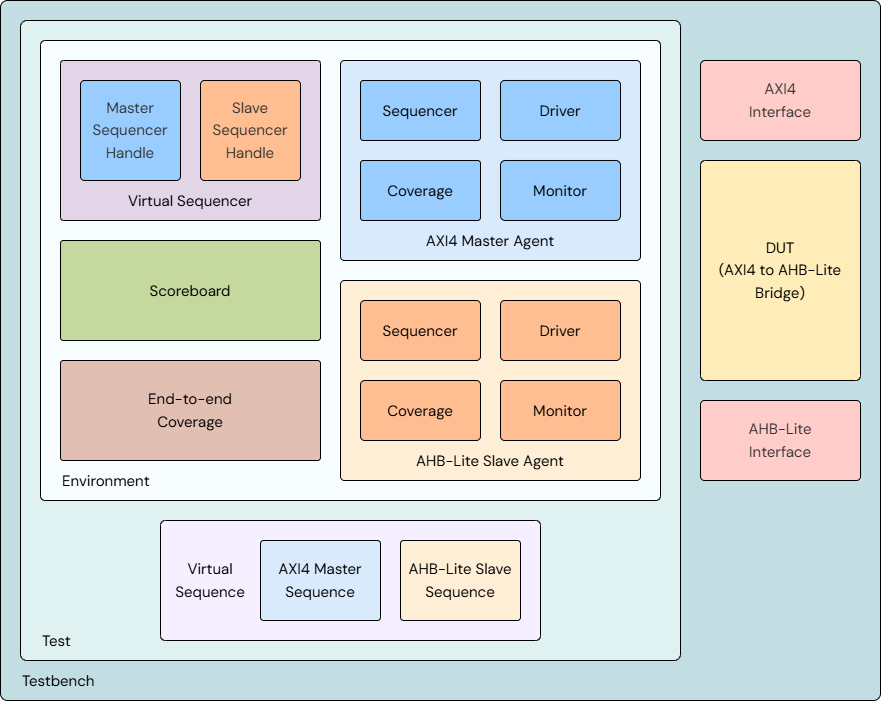
Above: 00_doc/axi4_ahblite_bridge_vip.png in legiahuy15/axi4-ahblite-bridge (draw.io), before the change. Source tidied: cells renumbered, new cells last; positions are measured from the earlier drawing's top-left corner, leaving out a move shared by most shapes. Source of this version:
```xml
<mxGraphModel>
  <root>
    <mxCell id="0" />
    <mxCell id="1" parent="0" />
    <mxCell id="2" style="rounded=1;whiteSpace=wrap;html=1;strokeWidth=1;fontSize=15;fontStyle=0;fillColor=#C3DEE3;fontColor=#333333;strokeColor=#000000;gradientColor=none;fontFamily=DM Sans;fontSource=https%3A%2F%2Ffonts.googleapis.com%2Fcss%3Ffamily%3DDM%2BSans;arcSize=1;" parent="1" vertex="1">
      <mxGeometry width="880" height="700" as="geometry" />
    </mxCell>
    <mxCell id="3" style="rounded=1;whiteSpace=wrap;html=1;strokeWidth=1;fillColor=#DFF1F1;strokeColor=#000000;fontSize=15;fontStyle=0;fontColor=#333333;fontFamily=DM Sans;fontSource=https%3A%2F%2Ffonts.googleapis.com%2Fcss%3Ffamily%3DDM%2BSans;arcSize=1;" parent="1" vertex="1">
      <mxGeometry x="20" y="20" width="660" height="640" as="geometry" />
    </mxCell>
    <mxCell id="4" style="rounded=1;whiteSpace=wrap;html=1;strokeWidth=1;fillColor=#F7FDFF;fontColor=#333333;strokeColor=#000000;fontSize=15;fontStyle=0;fontFamily=DM Sans;fontSource=https%3A%2F%2Ffonts.googleapis.com%2Fcss%3Ffamily%3DDM%2BSans;arcSize=1;" parent="1" vertex="1">
      <mxGeometry x="40" y="40" width="620" height="460" as="geometry" />
    </mxCell>
    <mxCell id="5" value="&lt;font&gt;Environment&lt;/font&gt;" style="text;html=1;whiteSpace=wrap;strokeColor=none;fillColor=none;align=left;verticalAlign=middle;rounded=0;strokeWidth=1;fontSize=15;fontStyle=0;fontFamily=DM Sans;fontSource=https%3A%2F%2Ffonts.googleapis.com%2Fcss%3Ffamily%3DDM%2BSans;" parent="1" vertex="1">
      <mxGeometry x="60" y="460" width="130" height="40" as="geometry" />
    </mxCell>
    <mxCell id="6" value="&lt;font&gt;Test&lt;/font&gt;" style="text;html=1;whiteSpace=wrap;strokeColor=none;fillColor=none;align=left;verticalAlign=middle;rounded=0;strokeWidth=1;fontSize=15;fontStyle=0;fontFamily=DM Sans;fontSource=https%3A%2F%2Ffonts.googleapis.com%2Fcss%3Ffamily%3DDM%2BSans;" parent="1" vertex="1">
      <mxGeometry x="40" y="620" width="60" height="40" as="geometry" />
    </mxCell>
    <mxCell id="7" value="&lt;font&gt;Scoreboard&lt;/font&gt;" style="rounded=1;whiteSpace=wrap;html=1;strokeWidth=1;fontSize=15;fillColor=#C5D89D;fontStyle=0;strokeColor=#000000;fontFamily=DM Sans;fontSource=https%3A%2F%2Ffonts.googleapis.com%2Fcss%3Ffamily%3DDM%2BSans;arcSize=3;" parent="1" vertex="1">
      <mxGeometry x="60" y="240" width="260" height="100" as="geometry" />
    </mxCell>
    <mxCell id="8" value="Testbench" style="text;html=1;whiteSpace=wrap;strokeColor=none;fillColor=none;align=left;verticalAlign=middle;rounded=0;strokeWidth=1;fontSize=15;fontStyle=0;fontFamily=DM Sans;fontSource=https%3A%2F%2Ffonts.googleapis.com%2Fcss%3Ffamily%3DDM%2BSans;" parent="1" vertex="1">
      <mxGeometry x="20" y="660" width="80" height="40" as="geometry" />
    </mxCell>
    <mxCell id="9" value="&lt;div style=&quot;line-height: 150%;&quot;&gt;DUT&lt;div&gt;&lt;/div&gt;&lt;/div&gt;&lt;div style=&quot;line-height: 150%;&quot;&gt;(AXI4 to AHB-Lite&lt;/div&gt;&lt;div style=&quot;line-height: 150%;&quot;&gt;Bridge)&lt;/div&gt;" style="rounded=1;whiteSpace=wrap;html=1;strokeWidth=1;fillColor=#FFEDB9;strokeColor=#000000;fontSize=15;fontStyle=0;fontFamily=DM Sans;fontSource=https%3A%2F%2Ffonts.googleapis.com%2Fcss%3Ffamily%3DDM%2BSans;arcSize=3;" parent="1" vertex="1">
      <mxGeometry x="700" y="160" width="160" height="220" as="geometry" />
    </mxCell>
    <mxCell id="10" value="&lt;div style=&quot;line-height: 150%;&quot;&gt;AXI4&lt;/div&gt;&lt;div style=&quot;line-height: 150%;&quot;&gt;Interface&lt;/div&gt;" style="rounded=1;whiteSpace=wrap;html=1;strokeWidth=1;fontSize=15;fillColor=#FFCDC9;fontStyle=0;fontColor=#333333;strokeColor=#000000;fontFamily=DM Sans;fontSource=https%3A%2F%2Ffonts.googleapis.com%2Fcss%3Ffamily%3DDM%2BSans;arcSize=6;" parent="1" vertex="1">
      <mxGeometry x="700" y="60" width="160" height="80" as="geometry" />
    </mxCell>
    <mxCell id="11" value="&lt;div style=&quot;line-height: 150%;&quot;&gt;AHB-Lite&lt;/div&gt;&lt;div style=&quot;line-height: 150%;&quot;&gt;Interface&lt;/div&gt;" style="rounded=1;whiteSpace=wrap;html=1;strokeWidth=1;fontSize=15;fillColor=#FFCDC9;fontStyle=0;fontColor=#333333;strokeColor=#000000;fontFamily=DM Sans;fontSource=https%3A%2F%2Ffonts.googleapis.com%2Fcss%3Ffamily%3DDM%2BSans;arcSize=5;" parent="1" vertex="1">
      <mxGeometry x="700" y="400" width="160" height="80" as="geometry" />
    </mxCell>
    <mxCell id="12" style="group;" parent="1" vertex="1">
      <mxGeometry x="60" y="60" width="260" height="160" as="geometry" />
    </mxCell>
    <mxCell id="13" value="&lt;div style=&quot;line-height: 150%;&quot;&gt;&lt;br&gt;&lt;/div&gt;" style="rounded=1;whiteSpace=wrap;html=1;strokeWidth=1;fontSize=15;fontStyle=0;fillColor=#e1d5e7;strokeColor=#000000;fontFamily=DM Sans;fontSource=https%3A%2F%2Ffonts.googleapis.com%2Fcss%3Ffamily%3DDM%2BSans;arcSize=2;" parent="12" vertex="1">
      <mxGeometry width="260" height="160" as="geometry" />
    </mxCell>
    <mxCell id="14" value="&lt;div style=&quot;line-height: 150%;&quot;&gt;&lt;div&gt;Master&lt;/div&gt;&lt;div&gt;Sequencer&lt;/div&gt;&lt;div&gt;Handle&lt;/div&gt;&lt;/div&gt;" style="rounded=1;whiteSpace=wrap;html=1;strokeWidth=1;fontSize=15;fontStyle=0;fillColor=#99CCFF;strokeColor=#000000;fontColor=#333333;fontFamily=DM Sans;fontSource=https%3A%2F%2Ffonts.googleapis.com%2Fcss%3Ffamily%3DDM%2BSans;arcSize=4;" parent="12" vertex="1">
      <mxGeometry x="20" y="20" width="100" height="100" as="geometry" />
    </mxCell>
    <mxCell id="15" value="&lt;div style=&quot;line-height: 150%;&quot;&gt;&lt;div&gt;Slave&lt;/div&gt;&lt;div&gt;Sequencer&lt;/div&gt;&lt;div&gt;Handle&lt;/div&gt;&lt;/div&gt;" style="rounded=1;whiteSpace=wrap;html=1;strokeWidth=1;fontSize=15;fontStyle=0;fillColor=#FFBE91;strokeColor=#000000;fontColor=#333333;fontFamily=DM Sans;fontSource=https%3A%2F%2Ffonts.googleapis.com%2Fcss%3Ffamily%3DDM%2BSans;arcSize=4;" parent="12" vertex="1">
      <mxGeometry x="140" y="20" width="100" height="100" as="geometry" />
    </mxCell>
    <mxCell id="16" value="&lt;font&gt;Virtual Sequencer&lt;/font&gt;" style="text;html=1;whiteSpace=wrap;strokeColor=none;fillColor=none;align=center;verticalAlign=middle;rounded=0;strokeWidth=1;fontSize=15;fontStyle=0;fontFamily=DM Sans;fontSource=https%3A%2F%2Ffonts.googleapis.com%2Fcss%3Ffamily%3DDM%2BSans;" parent="12" vertex="1">
      <mxGeometry x="20" y="120" width="220" height="40" as="geometry" />
    </mxCell>
    <mxCell id="17" style="group;" parent="1" vertex="1">
      <mxGeometry x="340" y="60" width="300" height="200" as="geometry" />
    </mxCell>
    <mxCell id="18" style="rounded=1;whiteSpace=wrap;html=1;strokeWidth=1;fillColor=#D9EAFD;strokeColor=#000000;fontSize=15;fontStyle=0;fontFamily=DM Sans;fontSource=https%3A%2F%2Ffonts.googleapis.com%2Fcss%3Ffamily%3DDM%2BSans;arcSize=2;" parent="17" vertex="1">
      <mxGeometry width="300" height="200" as="geometry" />
    </mxCell>
    <mxCell id="19" value="&lt;font&gt;Driver&lt;/font&gt;" style="rounded=1;whiteSpace=wrap;html=1;strokeWidth=1;fontSize=15;fontStyle=0;fillColor=#99CCFF;strokeColor=#000000;fontFamily=DM Sans;fontSource=https%3A%2F%2Ffonts.googleapis.com%2Fcss%3Ffamily%3DDM%2BSans;arcSize=7;" parent="17" vertex="1">
      <mxGeometry x="160" y="20" width="120" height="60" as="geometry" />
    </mxCell>
    <mxCell id="20" value="&lt;font&gt;Monitor&lt;/font&gt;" style="rounded=1;whiteSpace=wrap;html=1;strokeWidth=1;fontSize=15;fontStyle=0;fillColor=#99CCFF;strokeColor=#000000;fontFamily=DM Sans;fontSource=https%3A%2F%2Ffonts.googleapis.com%2Fcss%3Ffamily%3DDM%2BSans;arcSize=8;" parent="17" vertex="1">
      <mxGeometry x="160" y="100" width="120" height="60" as="geometry" />
    </mxCell>
    <mxCell id="21" value="&lt;font&gt;Sequencer&lt;/font&gt;" style="rounded=1;whiteSpace=wrap;html=1;strokeWidth=1;fontSize=15;fontStyle=0;fillColor=#99CCFF;strokeColor=#000000;fontFamily=DM Sans;fontSource=https%3A%2F%2Ffonts.googleapis.com%2Fcss%3Ffamily%3DDM%2BSans;arcSize=5;" parent="17" vertex="1">
      <mxGeometry x="20" y="20" width="120" height="60" as="geometry" />
    </mxCell>
    <mxCell id="22" value="&lt;font&gt;AXI4 Master Agent&lt;/font&gt;" style="text;html=1;whiteSpace=wrap;strokeColor=none;fillColor=none;align=center;verticalAlign=middle;rounded=0;strokeWidth=1;fontSize=15;fontStyle=0;fontFamily=DM Sans;fontSource=https%3A%2F%2Ffonts.googleapis.com%2Fcss%3Ffamily%3DDM%2BSans;" parent="17" vertex="1">
      <mxGeometry x="20" y="160" width="260" height="40" as="geometry" />
    </mxCell>
    <mxCell id="23" value="&lt;font&gt;Coverage&lt;/font&gt;" style="rounded=1;whiteSpace=wrap;html=1;strokeWidth=1;fontSize=15;fontStyle=0;fillColor=#99CCFF;strokeColor=#000000;fontFamily=DM Sans;fontSource=https%3A%2F%2Ffonts.googleapis.com%2Fcss%3Ffamily%3DDM%2BSans;arcSize=5;" parent="17" vertex="1">
      <mxGeometry x="20" y="100" width="120" height="60" as="geometry" />
    </mxCell>
    <mxCell id="24" style="rounded=1;whiteSpace=wrap;html=1;strokeWidth=1;fillColor=#FFEED6;strokeColor=#000000;fontSize=15;fontStyle=0;fontFamily=DM Sans;fontSource=https%3A%2F%2Ffonts.googleapis.com%2Fcss%3Ffamily%3DDM%2BSans;arcSize=2;" parent="1" vertex="1">
      <mxGeometry x="340" y="280" width="300" height="200" as="geometry" />
    </mxCell>
    <mxCell id="25" value="&lt;font&gt;Monitor&lt;/font&gt;" style="rounded=1;whiteSpace=wrap;html=1;strokeWidth=1;fontSize=15;fontStyle=0;fillColor=#FFBE91;strokeColor=#000000;fontFamily=DM Sans;fontSource=https%3A%2F%2Ffonts.googleapis.com%2Fcss%3Ffamily%3DDM%2BSans;arcSize=7;" parent="1" vertex="1">
      <mxGeometry x="500" y="380" width="120" height="60" as="geometry" />
    </mxCell>
    <mxCell id="26" value="&lt;font&gt;AHB-Lite Slave Agent&lt;/font&gt;" style="text;html=1;whiteSpace=wrap;strokeColor=none;fillColor=none;align=center;verticalAlign=middle;rounded=0;strokeWidth=1;fontSize=15;fontStyle=0;fontFamily=DM Sans;fontSource=https%3A%2F%2Ffonts.googleapis.com%2Fcss%3Ffamily%3DDM%2BSans;" parent="1" vertex="1">
      <mxGeometry x="360" y="440" width="260" height="40" as="geometry" />
    </mxCell>
    <mxCell id="27" value="&lt;font&gt;Driver&lt;/font&gt;" style="rounded=1;whiteSpace=wrap;html=1;strokeWidth=1;fontSize=15;fontStyle=0;fillColor=#FFBE91;strokeColor=#000000;fontFamily=DM Sans;fontSource=https%3A%2F%2Ffonts.googleapis.com%2Fcss%3Ffamily%3DDM%2BSans;arcSize=7;" parent="1" vertex="1">
      <mxGeometry x="500" y="300" width="120" height="60" as="geometry" />
    </mxCell>
    <mxCell id="28" value="&lt;font&gt;Sequencer&lt;/font&gt;" style="rounded=1;whiteSpace=wrap;html=1;strokeWidth=1;fontSize=15;fontStyle=0;fillColor=#FFBE91;strokeColor=#000000;fontFamily=DM Sans;fontSource=https%3A%2F%2Ffonts.googleapis.com%2Fcss%3Ffamily%3DDM%2BSans;arcSize=7;" parent="1" vertex="1">
      <mxGeometry x="360" y="300" width="120" height="60" as="geometry" />
    </mxCell>
    <mxCell id="29" value="&lt;font&gt;Coverage&lt;/font&gt;" style="rounded=1;whiteSpace=wrap;html=1;strokeWidth=1;fontSize=15;fontStyle=0;fillColor=#FFBE91;strokeColor=#000000;fontFamily=DM Sans;fontSource=https%3A%2F%2Ffonts.googleapis.com%2Fcss%3Ffamily%3DDM%2BSans;arcSize=7;" parent="1" vertex="1">
      <mxGeometry x="360" y="380" width="120" height="60" as="geometry" />
    </mxCell>
    <mxCell id="30" value="&lt;div style=&quot;line-height: 150%;&quot;&gt;&lt;br&gt;&lt;/div&gt;" style="rounded=1;whiteSpace=wrap;html=1;strokeWidth=1;fontSize=15;fontStyle=0;fillColor=#F5EFFF;strokeColor=#000000;fontFamily=DM Sans;fontSource=https%3A%2F%2Ffonts.googleapis.com%2Fcss%3Ffamily%3DDM%2BSans;arcSize=4;" parent="1" vertex="1">
      <mxGeometry x="160" y="520" width="380" height="120" as="geometry" />
    </mxCell>
    <mxCell id="31" value="&lt;div style=&quot;line-height: 150%;&quot;&gt;&lt;div&gt;AXI4 Master&lt;/div&gt;&lt;div&gt;Sequence&lt;/div&gt;&lt;/div&gt;" style="rounded=1;whiteSpace=wrap;html=1;strokeWidth=1;fontSize=15;fontStyle=0;fillColor=#D9EAFD;strokeColor=#000000;fontFamily=DM Sans;fontSource=https%3A%2F%2Ffonts.googleapis.com%2Fcss%3Ffamily%3DDM%2BSans;arcSize=4;" parent="1" vertex="1">
      <mxGeometry x="260" y="540" width="120" height="80" as="geometry" />
    </mxCell>
    <mxCell id="32" value="&lt;div style=&quot;line-height: 150%;&quot;&gt;&lt;div&gt;AHB-Lite Slave&lt;/div&gt;&lt;div&gt;Sequence&lt;/div&gt;&lt;/div&gt;" style="rounded=1;whiteSpace=wrap;html=1;strokeWidth=1;fontSize=15;fontStyle=0;fillColor=#FFEED6;strokeColor=#000000;fontFamily=DM Sans;fontSource=https%3A%2F%2Ffonts.googleapis.com%2Fcss%3Ffamily%3DDM%2BSans;arcSize=4;" parent="1" vertex="1">
      <mxGeometry x="400" y="540" width="120" height="80" as="geometry" />
    </mxCell>
    <mxCell id="33" value="&lt;div style=&quot;line-height: 150%;&quot;&gt;&lt;font&gt;Virtual&lt;/font&gt;&lt;div&gt;&lt;font&gt;Sequence&lt;/font&gt;&lt;/div&gt;&lt;/div&gt;" style="text;html=1;whiteSpace=wrap;strokeColor=none;fillColor=none;align=center;verticalAlign=middle;rounded=0;strokeWidth=1;fontSize=15;fontStyle=0;fontFamily=DM Sans;fontSource=https%3A%2F%2Ffonts.googleapis.com%2Fcss%3Ffamily%3DDM%2BSans;" parent="1" vertex="1">
      <mxGeometry x="160" y="540" width="100" height="80" as="geometry" />
    </mxCell>
    <mxCell id="34" value="&lt;div style=&quot;line-height: 150%;&quot;&gt;&lt;font&gt;End-to-end&lt;/font&gt;&lt;div&gt;&lt;font&gt;Coverage&lt;/font&gt;&lt;/div&gt;&lt;/div&gt;" style="rounded=1;whiteSpace=wrap;html=1;strokeWidth=1;fontSize=15;fillColor=#E2BFB3;fontStyle=0;strokeColor=#000000;fontFamily=DM Sans;fontSource=https%3A%2F%2Ffonts.googleapis.com%2Fcss%3Ffamily%3DDM%2BSans;arcSize=3;" parent="1" vertex="1">
      <mxGeometry x="60" y="360" width="260" height="100" as="geometry" />
    </mxCell>
  </root>
</mxGraphModel>
```
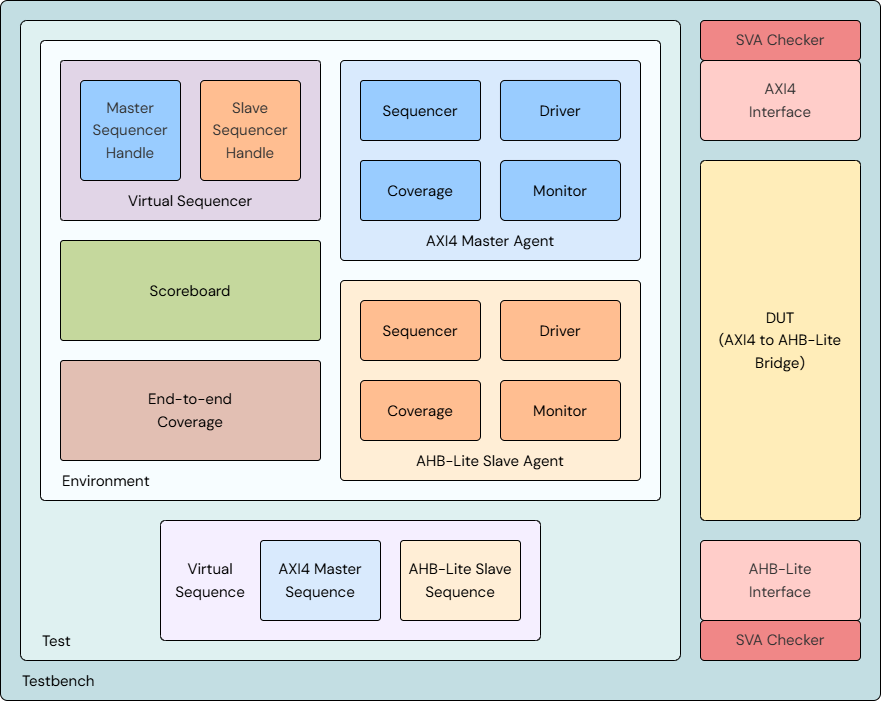
The same diagram one commit later.

Commit message:
update new vip_architecture_diagram

What changed in the source:
```diff
@@ -24,13 +24,13 @@
       <mxGeometry x="20" y="660" width="80" height="40" as="geometry" />
     </mxCell>
     <mxCell id="9" value="&lt;div style=&quot;line-height: 150%;&quot;&gt;DUT&lt;div&gt;&lt;/div&gt;&lt;/div&gt;&lt;div style=&quot;line-height: 150%;&quot;&gt;(AXI4 to AHB-Lite&lt;/div&gt;&lt;div style=&quot;line-height: 150%;&quot;&gt;Bridge)&lt;/div&gt;" style="rounded=1;whiteSpace=wrap;html=1;strokeWidth=1;fillColor=#FFEDB9;strokeColor=#000000;fontSize=15;fontStyle=0;fontFamily=DM Sans;fontSource=https%3A%2F%2Ffonts.googleapis.com%2Fcss%3Ffamily%3DDM%2BSans;arcSize=3;" parent="1" vertex="1">
-      <mxGeometry x="700" y="160" width="160" height="220" as="geometry" />
+      <mxGeometry x="700" y="160" width="160" height="360" as="geometry" />
     </mxCell>
     <mxCell id="10" value="&lt;div style=&quot;line-height: 150%;&quot;&gt;AXI4&lt;/div&gt;&lt;div style=&quot;line-height: 150%;&quot;&gt;Interface&lt;/div&gt;" style="rounded=1;whiteSpace=wrap;html=1;strokeWidth=1;fontSize=15;fillColor=#FFCDC9;fontStyle=0;fontColor=#333333;strokeColor=#000000;fontFamily=DM Sans;fontSource=https%3A%2F%2Ffonts.googleapis.com%2Fcss%3Ffamily%3DDM%2BSans;arcSize=6;" parent="1" vertex="1">
       <mxGeometry x="700" y="60" width="160" height="80" as="geometry" />
     </mxCell>
-    <mxCell id="11" value="&lt;div style=&quot;line-height: 150%;&quot;&gt;AHB-Lite&lt;/div&gt;&lt;div style=&quot;line-height: 150%;&quot;&gt;Interface&lt;/div&gt;" style="rounded=1;whiteSpace=wrap;html=1;strokeWidth=1;fontSize=15;fillColor=#FFCDC9;fontStyle=0;fontColor=#333333;strokeColor=#000000;fontFamily=DM Sans;fontSource=https%3A%2F%2Ffonts.googleapis.com%2Fcss%3Ffamily%3DDM%2BSans;arcSize=5;" parent="1" vertex="1">
-      <mxGeometry x="700" y="400" width="160" height="80" as="geometry" />
+    <mxCell id="11" value="&lt;div style=&quot;line-height: 150%;&quot;&gt;SVA Checker&lt;/div&gt;" style="rounded=1;whiteSpace=wrap;html=1;strokeWidth=1;fontSize=15;fillColor=#F08787;fontStyle=0;fontColor=#333333;strokeColor=#000000;fontFamily=DM Sans;fontSource=https%3A%2F%2Ffonts.googleapis.com%2Fcss%3Ffamily%3DDM%2BSans;arcSize=10;" parent="1" vertex="1">
+      <mxGeometry x="700" y="620" width="160" height="40" as="geometry" />
     </mxCell>
     <mxCell id="12" style="group;" parent="1" vertex="1">
       <mxGeometry x="60" y="60" width="260" height="160" as="geometry" />
@@ -101,5 +101,11 @@
     <mxCell id="34" value="&lt;div style=&quot;line-height: 150%;&quot;&gt;&lt;font&gt;End-to-end&lt;/font&gt;&lt;div&gt;&lt;font&gt;Coverage&lt;/font&gt;&lt;/div&gt;&lt;/div&gt;" style="rounded=1;whiteSpace=wrap;html=1;strokeWidth=1;fontSize=15;fillColor=#E2BFB3;fontStyle=0;strokeColor=#000000;fontFamily=DM Sans;fontSource=https%3A%2F%2Ffonts.googleapis.com%2Fcss%3Ffamily%3DDM%2BSans;arcSize=3;" parent="1" vertex="1">
       <mxGeometry x="60" y="360" width="260" height="100" as="geometry" />
     </mxCell>
+    <mxCell id="35" value="&lt;div style=&quot;line-height: 150%;&quot;&gt;AHB-Lite&lt;/div&gt;&lt;div style=&quot;line-height: 150%;&quot;&gt;Interface&lt;/div&gt;" style="rounded=1;whiteSpace=wrap;html=1;strokeWidth=1;fontSize=15;fillColor=#FFCDC9;fontStyle=0;fontColor=#333333;strokeColor=#000000;fontFamily=DM Sans;fontSource=https%3A%2F%2Ffonts.googleapis.com%2Fcss%3Ffamily%3DDM%2BSans;arcSize=5;" parent="1" vertex="1">
+      <mxGeometry x="700" y="540" width="160" height="80" as="geometry" />
+    </mxCell>
+    <mxCell id="36" value="&lt;div style=&quot;line-height: 150%;&quot;&gt;SVA Checker&lt;/div&gt;" style="rounded=1;whiteSpace=wrap;html=1;strokeWidth=1;fontSize=15;fillColor=#F08787;fontStyle=0;fontColor=#333333;strokeColor=#000000;fontFamily=DM Sans;fontSource=https%3A%2F%2Ffonts.googleapis.com%2Fcss%3Ffamily%3DDM%2BSans;arcSize=10;" parent="1" vertex="1">
+      <mxGeometry x="700" y="20" width="160" height="40" as="geometry" />
+    </mxCell>
   </root>
 </mxGraphModel>
```
